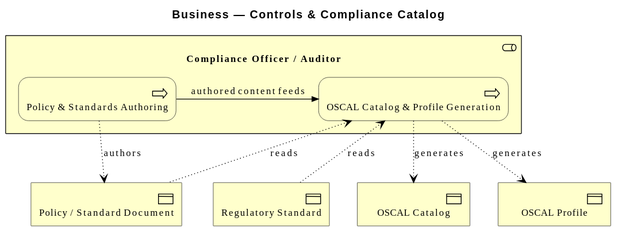
The PlantUML diagram architecture/model/diagrams/frictionless-architect-business-controls-catalog.svg in wolffy-au/frictionless-architect, before a commit.
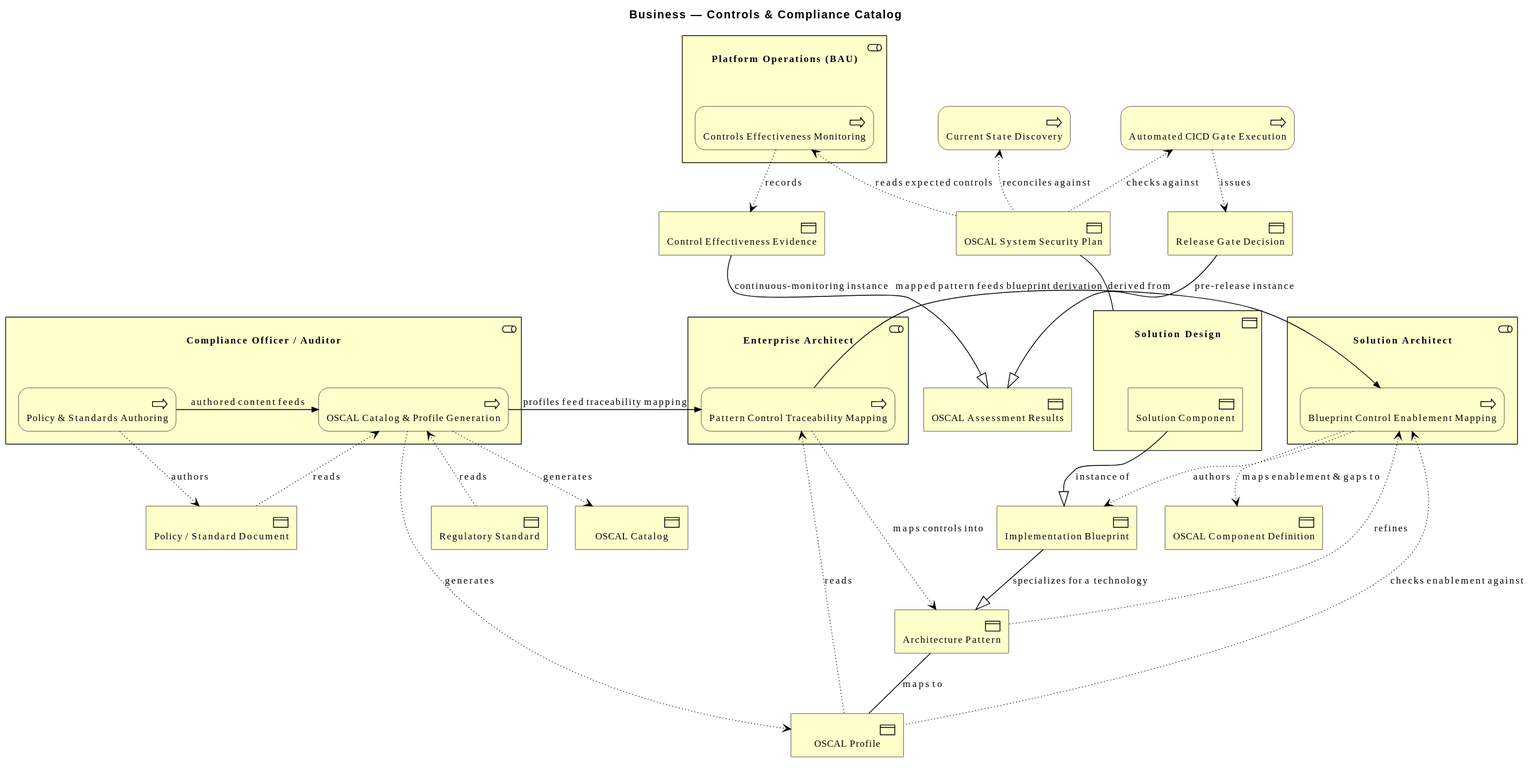
The same diagram one commit later.

Diff of the diagram source:
```diff
@@ -3,13 +3,34 @@
 
 title Business — Controls & Compliance Catalog
 
+Business_Process(e_id799f46ebb7e15b, "Automated CICD Gate Execution")
+Business_Process(e_id3a7a27eefeb751, "Current State Discovery")
 Business_Object(e_idd915b3e838bf5b, "Regulatory Standard")
 Business_Object(e_ide330e703d24759, "Policy / Standard Document")
 Business_Object(e_id1d03973d3f5b52, "OSCAL Catalog")
 Business_Object(e_id3a6eb7f6485a55, "OSCAL Profile")
+Business_Object(e_idcd45bf9b5cfe51, "Architecture Pattern")
+Business_Object(e_id41a01cbfc25b5a, "Implementation Blueprint")
+Business_Object(e_id0bb22ba44cfa50, "OSCAL Component Definition")
+Business_Object(e_id4b5ad5a2100656, "Solution Design") {
+  Business_Object(e_id42defa6a190855, "Solution Component")
+}
+Business_Object(e_ide1231d147af05e, "OSCAL System Security Plan")
+Business_Object(e_id9f8a83bba77b50, "OSCAL Assessment Results")
+Business_Object(e_id8a58348ab4605a, "Release Gate Decision")
+Business_Object(e_idca68dd43dc1854, "Control Effectiveness Evidence")
+Business_Role(e_id2b5394f913985a, "Enterprise Architect") {
+  Business_Process(e_id65065ee24d3c54, "Pattern Control Traceability Mapping")
+}
+Business_Role(e_ide2cb7f3efa6256, "Solution Architect") {
+  Business_Process(e_id378927722a8d5a, "Blueprint Control Enablement Mapping")
+}
 Business_Role(e_id5e264d2f4bb551, "Compliance Officer / Auditor") {
   Business_Process(e_id14fa9f783d5350, "Policy & Standards Authoring")
   Business_Process(e_idfeca8b2013795e, "OSCAL Catalog & Profile Generation")
+}
+Business_Role(e_id2c489ee6594253, "Platform Operations (BAU)") {
+  Business_Process(e_id18a08f8aff8057, "Controls Effectiveness Monitoring")
 }
 
 Rel_Access_w(e_id14fa9f783d5350, e_ide330e703d24759, "authors")
@@ -18,4 +39,23 @@
 Rel_Access_w(e_idfeca8b2013795e, e_id1d03973d3f5b52, "generates")
 Rel_Access_w(e_idfeca8b2013795e, e_id3a6eb7f6485a55, "generates")
 Rel_Triggering_Right(e_id14fa9f783d5350, e_idfeca8b2013795e, "authored content feeds")
+Rel_Access_r(e_id65065ee24d3c54, e_id3a6eb7f6485a55, "reads")
+Rel_Access_w(e_id65065ee24d3c54, e_idcd45bf9b5cfe51, "maps controls into")
+Rel_Triggering_Right(e_idfeca8b2013795e, e_id65065ee24d3c54, "profiles feed traceability mapping")
+Rel_Association(e_idcd45bf9b5cfe51, e_id3a6eb7f6485a55, "maps to")
+Rel_Specialization(e_id41a01cbfc25b5a, e_idcd45bf9b5cfe51, "specializes for a technology")
+Rel_Access_r(e_id378927722a8d5a, e_idcd45bf9b5cfe51, "refines")
+Rel_Access_r(e_id378927722a8d5a, e_id3a6eb7f6485a55, "checks enablement against")
+Rel_Access_w(e_id378927722a8d5a, e_id41a01cbfc25b5a, "authors")
+Rel_Access_w(e_id378927722a8d5a, e_id0bb22ba44cfa50, "maps enablement & gaps to")
+Rel_Triggering_Right(e_id65065ee24d3c54, e_id378927722a8d5a, "mapped pattern feeds blueprint derivation")
+Rel_Specialization(e_id42defa6a190855, e_id41a01cbfc25b5a, "instance of")
+Rel_Association(e_ide1231d147af05e, e_id4b5ad5a2100656, "derived from")
+Rel_Access_r(e_id3a7a27eefeb751, e_ide1231d147af05e, "reconciles against")
+Rel_Access_r(e_id799f46ebb7e15b, e_ide1231d147af05e, "checks against")
+Rel_Access_w(e_id799f46ebb7e15b, e_id8a58348ab4605a, "issues")
+Rel_Access_r(e_id18a08f8aff8057, e_ide1231d147af05e, "reads expected controls")
+Rel_Access_w(e_id18a08f8aff8057, e_idca68dd43dc1854, "records")
+Rel_Specialization(e_id8a58348ab4605a, e_id9f8a83bba77b50, "pre-release instance")
+Rel_Specialization(e_idca68dd43dc1854, e_id9f8a83bba77b50, "continuous-monitoring instance")
 @enduml
```
